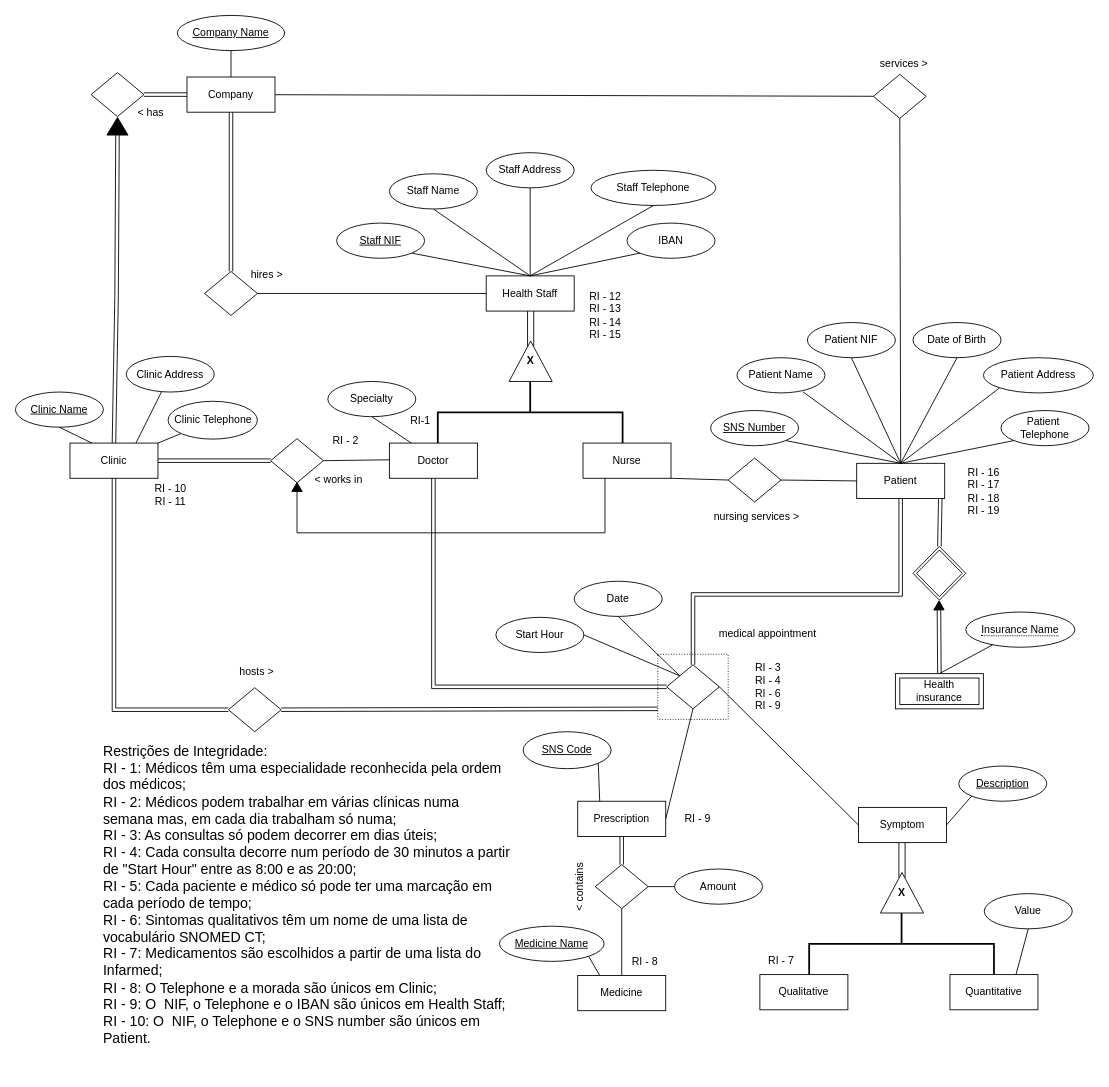
mariana-marcal-santana/BD.Health-DB-Manager keeps this draw.io diagram as Proj.drawio. Above is the earlier version. Source tidied: cells renumbered, new cells numbered last; positions are measured from the earlier drawing's top-left corner, leaving out a move shared by most shapes. Both pictures are drawn from the tidied source at 88%, with x=0, y=0 at pixel (15, 15).
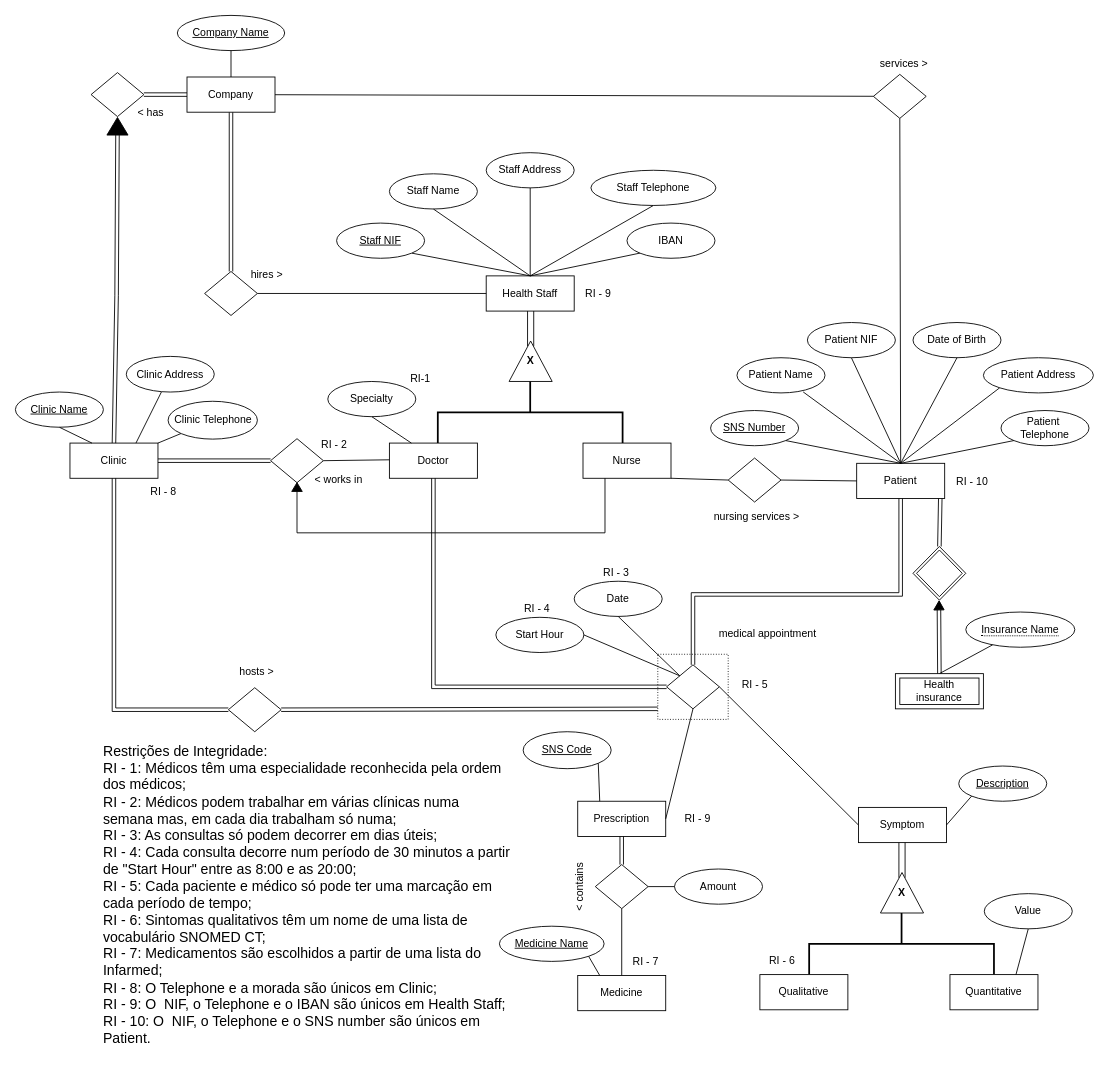
After the change.

What changed in the source:
```diff
@@
     <mxCell id="124" value="&lt;div&gt;RI-1&lt;/div&gt;" style="text;html=1;align=center;verticalAlign=middle;strokeColor=none;fillColor=none;" parent="1" vertex="1">
-      <mxGeometry x="435" y="446" width="50" height="30" as="geometry" />
+      <mxGeometry x="435" y="398" width="50" height="30" as="geometry" />
     </mxCell>
     <mxCell id="125" value="RI - 2" style="text;html=1;align=center;verticalAlign=middle;strokeColor=none;fillColor=none;" parent="1" vertex="1">
-      <mxGeometry x="350" y="468" width="50" height="30" as="geometry" />
+      <mxGeometry x="337" y="473" width="50" height="30" as="geometry" />
     </mxCell>
-    <mxCell id="126" value="&lt;div&gt;RI - 3&lt;/div&gt;&lt;div&gt;RI - 4&lt;/div&gt;&lt;div&gt;RI - 6&lt;/div&gt;&lt;div&gt;RI - 9&lt;br&gt;&lt;/div&gt;" style="text;html=1;align=center;verticalAlign=middle;strokeColor=none;fillColor=none;" parent="1" vertex="1">
-      <mxGeometry x="830" y="728" width="50" height="70" as="geometry" />
+    <mxCell id="126" value="&lt;div&gt;RI - 5&lt;/div&gt;" style="text;html=1;align=center;verticalAlign=middle;strokeColor=none;fillColor=none;" parent="1" vertex="1">
+      <mxGeometry x="816" y="748" width="47" height="26" as="geometry" />
     </mxCell>
-    <mxCell id="127" value="RI - 7" style="text;html=1;align=center;verticalAlign=middle;strokeColor=none;fillColor=none;" parent="1" vertex="1">
-      <mxGeometry x="845" y="1060" width="50" height="30" as="geometry" />
+    <mxCell id="127" value="RI - 6" style="text;html=1;align=center;verticalAlign=middle;strokeColor=none;fillColor=none;" parent="1" vertex="1">
+      <mxGeometry x="847" y="1062" width="47" height="26" as="geometry" />
     </mxCell>
-    <mxCell id="128" value="RI - 8" style="text;html=1;align=center;verticalAlign=middle;strokeColor=none;fillColor=none;" parent="1" vertex="1">
-      <mxGeometry x="690" y="1061" width="50" height="30" as="geometry" />
+    <mxCell id="128" value="RI - 7" style="text;html=1;align=center;verticalAlign=middle;strokeColor=none;fillColor=none;" parent="1" vertex="1">
+      <mxGeometry x="692" y="1063" width="47" height="26" as="geometry" />
     </mxCell>
@@
-    <mxCell id="130" value="&lt;div&gt;RI - 10&lt;/div&gt;&lt;div&gt;RI - 11&lt;br&gt;&lt;/div&gt;" style="text;html=1;align=center;verticalAlign=middle;strokeColor=none;fillColor=none;" parent="1" vertex="1">
-      <mxGeometry x="146" y="525" width="60" height="40" as="geometry" />
+    <mxCell id="130" value="&lt;div&gt;RI - 8&lt;/div&gt;" style="text;html=1;align=center;verticalAlign=middle;strokeColor=none;fillColor=none;" parent="1" vertex="1">
+      <mxGeometry x="144" y="528" width="47" height="26" as="geometry" />
     </mxCell>
-    <mxCell id="131" value="&lt;div style=&quot;text-align: left;&quot;&gt;&lt;span style=&quot;background-color: initial;&quot;&gt;RI - 12&lt;/span&gt;&lt;/div&gt;&lt;div style=&quot;text-align: left;&quot;&gt;&lt;span style=&quot;background-color: initial;&quot;&gt;RI - 13&lt;/span&gt;&lt;/div&gt;&lt;div style=&quot;text-align: left;&quot;&gt;&lt;span style=&quot;background-color: initial;&quot;&gt;RI - 14 &lt;br&gt;&lt;/span&gt;&lt;/div&gt;&lt;span style=&quot;background-color: initial;&quot;&gt;RI - 15&lt;/span&gt;" style="text;html=1;align=center;verticalAlign=middle;strokeColor=none;fillColor=none;" parent="1" vertex="1">
-      <mxGeometry x="640" y="306" width="60" height="70" as="geometry" />
+    <mxCell id="131" value="&lt;div style=&quot;text-align: left;&quot;&gt;RI - 9&lt;/div&gt;" style="text;html=1;align=center;verticalAlign=middle;strokeColor=none;fillColor=none;" parent="1" vertex="1">
+      <mxGeometry x="638" y="304" width="47" height="26" as="geometry" />
     </mxCell>
-    <mxCell id="132" value="&lt;div style=&quot;text-align: left;&quot;&gt;&lt;span style=&quot;background-color: initial;&quot;&gt;RI - 16&lt;br&gt;&lt;/span&gt;&lt;/div&gt;&lt;div style=&quot;text-align: left;&quot;&gt;&lt;span style=&quot;background-color: initial;&quot;&gt;RI - 17&lt;br&gt;&lt;/span&gt;&lt;/div&gt;&lt;div style=&quot;text-align: left;&quot;&gt;&lt;span style=&quot;background-color: initial;&quot;&gt;RI - 18&lt;br&gt;&lt;/span&gt;&lt;/div&gt;&lt;span style=&quot;background-color: initial;&quot;&gt;RI - 19&lt;br&gt;&lt;/span&gt;" style="text;html=1;align=center;verticalAlign=middle;strokeColor=none;fillColor=none;" parent="1" vertex="1">
-      <mxGeometry x="1070" y="506" width="60" height="70" as="geometry" />
+    <mxCell id="132" value="&lt;div style=&quot;text-align: left;&quot;&gt;RI - 10&lt;/div&gt;" style="text;html=1;align=center;verticalAlign=middle;strokeColor=none;fillColor=none;" parent="1" vertex="1">
+      <mxGeometry x="1060" y="517" width="54" height="26" as="geometry" />
     </mxCell>
+    <mxCell id="133" value="RI - 3" style="text;strokeColor=none;align=center;fillColor=none;html=1;verticalAlign=middle;whiteSpace=wrap;rounded=0;" parent="1" vertex="1">
+      <mxGeometry x="653" y="619" width="60" height="30" as="geometry" />
+    </mxCell>
+    <mxCell id="134" value="RI - 4" style="text;strokeColor=none;align=center;fillColor=none;html=1;verticalAlign=middle;whiteSpace=wrap;rounded=0;" parent="1" vertex="1">
+      <mxGeometry x="563" y="660" width="60" height="30" as="geometry" />
+    </mxCell>
```
